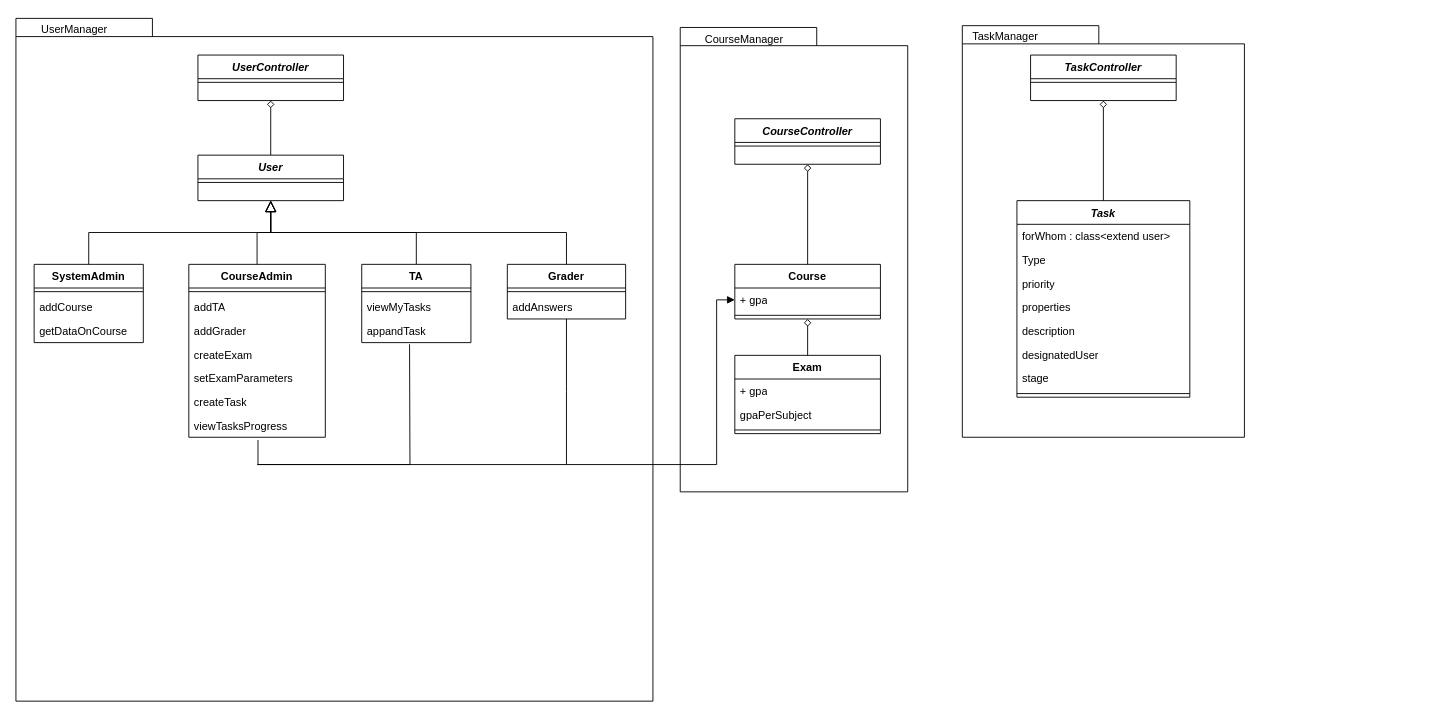
This is docs/diagram.drawio from RoiTief/Exam-Management-System, a draw.io file, before an edit. Source tidied: cells renumbered, new cells numbered last; positions are measured from the earlier drawing's top-left corner, leaving out a move shared by most shapes. Both pictures are drawn from the tidied source at 91%, with x=0, y=0 at pixel (15, 15).
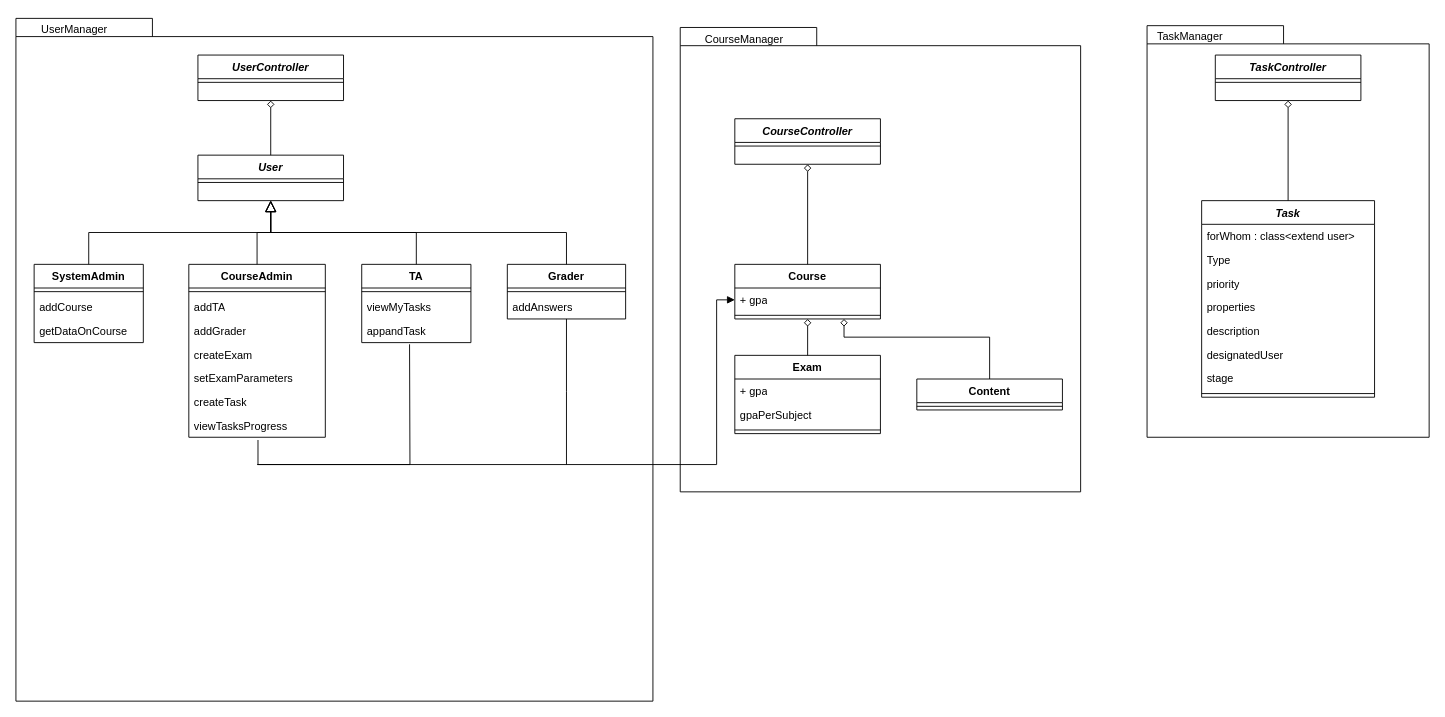
The same page after the edit.

Commit message:
[base_code] added content

Branch: [base_code]

Unchanged cells that the change refers to:
```xml
<mxCell id="35" value="Course" style="swimlane;fontStyle=1;align=center;verticalAlign=top;horizontal=1;startSize=26;whiteSpace=wrap;html=1;" parent="1" vertex="1">
  <mxGeometry x="790" y="273" width="160" height="60" as="geometry" />
</mxCell>
```

Change to the diagram source:
```diff
@@
     <mxCell id="2" style="shape=folder;fontStyle=1;spacingTop=10;tabWidth=150;tabHeight=20;tabPosition=left;html=1;whiteSpace=wrap;" parent="1" vertex="1">
-      <mxGeometry x="1040" y="10.7" width="310" height="452.3" as="geometry" />
+      <mxGeometry x="1243" y="10.7" width="310" height="452.3" as="geometry" />
     </mxCell>
     <mxCell id="3" style="shape=folder;fontStyle=1;spacingTop=10;tabWidth=150;tabHeight=20;tabPosition=left;html=1;whiteSpace=wrap;" parent="1" vertex="1">
-      <mxGeometry x="730" y="12.7" width="250" height="510.3" as="geometry" />
+      <mxGeometry x="730" y="12.7" width="440" height="510.3" as="geometry" />
     </mxCell>
@@
     <mxCell id="5" value="TaskManager" style="text;html=1;align=center;verticalAlign=middle;strokeColor=none;fillColor=none;" parent="1" vertex="1">
-      <mxGeometry x="1037" y="7.7" width="100" height="30" as="geometry" />
+      <mxGeometry x="1240" y="7.7" width="100" height="30" as="geometry" />
     </mxCell>
@@
     <mxCell id="44" value="Task" style="swimlane;fontStyle=3;align=center;verticalAlign=top;horizontal=1;startSize=26;rounded=0;shadow=0;strokeWidth=1;" parent="1" vertex="1">
-      <mxGeometry x="1100" y="203" width="190" height="216" as="geometry" />
+      <mxGeometry x="1303" y="203" width="190" height="216" as="geometry" />
     </mxCell>
@@
     <mxCell id="57" value="TaskController" style="swimlane;fontStyle=3;align=center;verticalAlign=top;horizontal=1;startSize=26;rounded=0;shadow=0;strokeWidth=1;" parent="1" vertex="1">
-      <mxGeometry x="1115" y="43" width="160" height="50" as="geometry" />
+      <mxGeometry x="1318" y="43" width="160" height="50" as="geometry" />
     </mxCell>
@@
+    <mxCell id="63" value="Content" style="swimlane;fontStyle=1;align=center;verticalAlign=top;horizontal=1;startSize=26;whiteSpace=wrap;html=1;" parent="1" vertex="1">
+      <mxGeometry x="990" y="399" width="160" height="34" as="geometry" />
+    </mxCell>
+    <mxCell id="64" style="line;strokeWidth=1;fillColor=none;align=left;verticalAlign=middle;spacingTop=-1;spacingLeft=3;spacingRight=3;labelPosition=right;strokeColor=inherit;" parent="63" vertex="1">
+      <mxGeometry y="26" width="160" height="8" as="geometry" />
+    </mxCell>
+    <mxCell id="65" style="endArrow=diamond;html=1;rounded=0;entryX=0.75;entryY=1;entryDx=0;entryDy=0;endFill=0;exitX=0.5;exitY=0;exitDx=0;exitDy=0;" parent="1" edge="1" source="63" target="35">
+      <mxGeometry relative="1" as="geometry">
+        <Array as="points">
+          <mxPoint x="1070" y="353" />
+          <mxPoint x="910" y="353" />
+        </Array>
+      </mxGeometry>
+    </mxCell>
```
